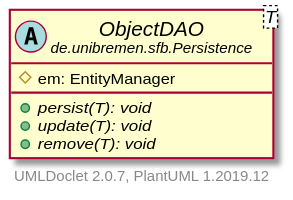
Above: doc/UML/modulsichtSVG/ObjectDAO.svg in fkehlenb/softwareprojekt-2 (PlantUML), before the change. The source it was exported from:
```plantuml
@startuml
    set namespaceSeparator none
    hide empty fields
    hide empty methods

    abstract class "<size:14>ObjectDAO\n<size:10>de.unibremen.sfb.Persistence" as de.unibremen.sfb.Persistence.ObjectDAO<T> [[ObjectDAO.html]] {
        #em: EntityManager
        {abstract} +persist(T): void
        {abstract} +update(T): void
        {abstract} +remove(T): void
    }

    center footer UMLDoclet 2.0.7, PlantUML 1.2019.12
@enduml
```
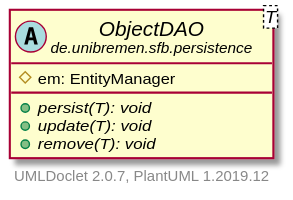
The same diagram one commit later.

What changed in the source:
```diff
@@ -3,7 +3,7 @@
     hide empty fields
     hide empty methods
 
-    abstract class "<size:14>ObjectDAO\n<size:10>de.unibremen.sfb.Persistence" as de.unibremen.sfb.Persistence.ObjectDAO<T> [[ObjectDAO.html]] {
+    abstract class "<size:14>ObjectDAO\n<size:10>de.unibremen.sfb.persistence" as de.unibremen.sfb.persistence.ObjectDAO<T> [[ObjectDAO.html]] {
         #em: EntityManager
         {abstract} +persist(T): void
         {abstract} +update(T): void
```
